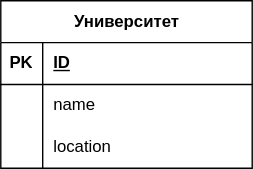
Above: DataScience/lab1/bd.drawio.svg in yargames1/ITMO (draw.io), before the change. Source tidied: cells renumbered, new cells last; positions are measured from the earlier drawing's top-left corner, leaving out a move shared by most shapes.
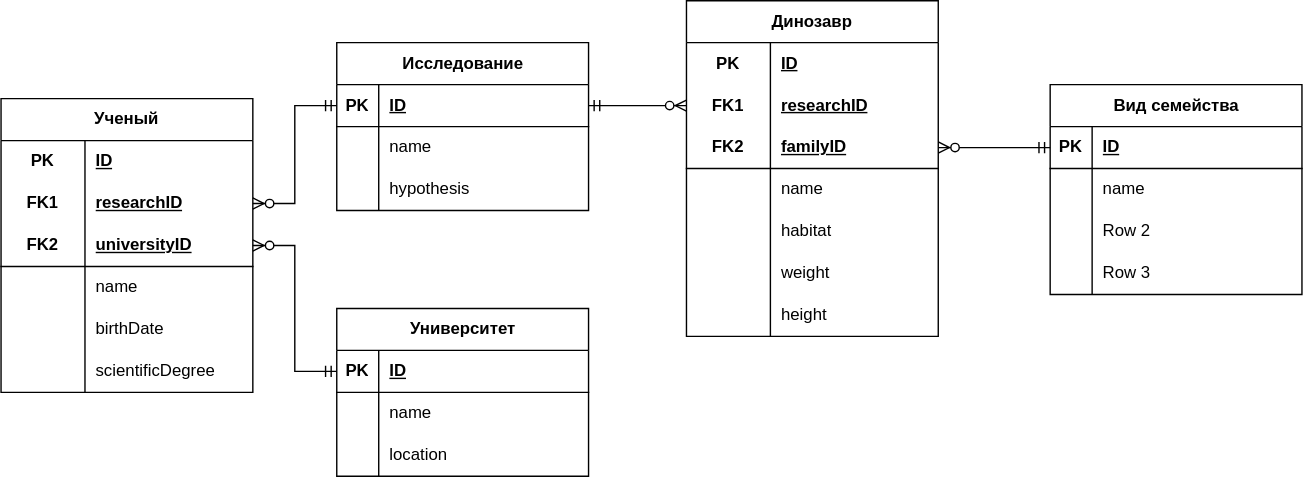
Later version of the same file.

The edit, as a diff of the source:
```diff
@@ -32,5 +32,218 @@
     <mxCell id="11" value="location" style="shape=partialRectangle;fillColor=none;top=0;left=0;bottom=0;right=0;align=left;spacingLeft=6;overflow=hidden;whiteSpace=wrap;html=1;" parent="9" vertex="1">
       <mxGeometry x="30" width="150" height="30" as="geometry" />
     </mxCell>
+    <mxCell id="12" value="&lt;span style=&quot;text-wrap-mode: nowrap;&quot;&gt;Ученый&lt;/span&gt;" style="shape=table;startSize=30;rowLines=0;fontStyle=1;align=center;html=1;whiteSpace=wrap;" parent="1" vertex="1">
+      <mxGeometry x="-240" y="-150" width="180" height="210" as="geometry" />
+    </mxCell>
+    <mxCell id="13" style="shape=tableRow;horizontal=0;startSize=0;swimlaneHead=0;swimlaneBody=0;fillColor=none;top=0;left=0;right=0;bottom=0;html=1;" parent="12" vertex="1">
+      <mxGeometry y="30" width="180" height="30" as="geometry" />
+    </mxCell>
+    <mxCell id="14" value="PK" style="shape=partialRectangle;fillColor=none;top=0;left=0;bottom=0;right=0;fontStyle=1;overflow=hidden;html=1;whiteSpace=wrap;" parent="13" vertex="1">
+      <mxGeometry width="60" height="30" as="geometry" />
+    </mxCell>
+    <mxCell id="15" value="ID" style="shape=partialRectangle;fillColor=none;top=0;left=0;bottom=0;right=0;align=left;spacingLeft=6;fontStyle=5;overflow=hidden;html=1;whiteSpace=wrap;" parent="13" vertex="1">
+      <mxGeometry x="60" width="120" height="30" as="geometry" />
+    </mxCell>
+    <mxCell id="16" style="shape=tableRow;horizontal=0;startSize=0;swimlaneHead=0;swimlaneBody=0;fillColor=none;points=[[0,0.5],[1,0.5]];portConstraint=eastwest;top=0;left=0;right=0;bottom=0;html=1;" parent="12" vertex="1">
+      <mxGeometry y="60" width="180" height="30" as="geometry" />
+    </mxCell>
+    <mxCell id="17" value="FK1" style="shape=partialRectangle;fillColor=none;top=0;left=0;bottom=0;right=0;fontStyle=1;overflow=hidden;html=1;whiteSpace=wrap;" parent="16" vertex="1">
+      <mxGeometry width="60" height="30" as="geometry" />
+    </mxCell>
+    <mxCell id="18" value="researchID" style="shape=partialRectangle;fillColor=none;top=0;left=0;bottom=0;right=0;align=left;spacingLeft=6;fontStyle=5;overflow=hidden;html=1;whiteSpace=wrap;" parent="16" vertex="1">
+      <mxGeometry x="60" width="120" height="30" as="geometry" />
+    </mxCell>
+    <mxCell id="19" style="shape=tableRow;horizontal=0;startSize=0;swimlaneHead=0;swimlaneBody=0;fillColor=none;points=[[0,0.5],[1,0.5]];portConstraint=eastwest;top=0;left=0;right=0;bottom=1;html=1;" parent="12" vertex="1">
+      <mxGeometry y="90" width="180" height="30" as="geometry" />
+    </mxCell>
+    <mxCell id="20" value="FK2" style="shape=partialRectangle;fillColor=none;top=0;left=0;bottom=0;right=0;fontStyle=1;overflow=hidden;html=1;whiteSpace=wrap;" parent="19" vertex="1">
+      <mxGeometry width="60" height="30" as="geometry" />
+    </mxCell>
+    <mxCell id="21" value="universityID" style="shape=partialRectangle;fillColor=none;top=0;left=0;bottom=0;right=0;align=left;spacingLeft=6;fontStyle=5;overflow=hidden;html=1;whiteSpace=wrap;" parent="19" vertex="1">
+      <mxGeometry x="60" width="120" height="30" as="geometry" />
+    </mxCell>
+    <mxCell id="22" style="shape=tableRow;horizontal=0;startSize=0;swimlaneHead=0;swimlaneBody=0;fillColor=none;top=0;left=0;right=0;bottom=0;html=1;" parent="12" vertex="1">
+      <mxGeometry y="120" width="180" height="30" as="geometry" />
+    </mxCell>
+    <mxCell id="23" style="shape=partialRectangle;fillColor=none;top=0;left=0;bottom=0;right=0;overflow=hidden;html=1;whiteSpace=wrap;" parent="22" vertex="1">
+      <mxGeometry width="60" height="30" as="geometry" />
+    </mxCell>
+    <mxCell id="24" value="name" style="shape=partialRectangle;fillColor=none;top=0;left=0;bottom=0;right=0;align=left;spacingLeft=6;overflow=hidden;html=1;whiteSpace=wrap;" parent="22" vertex="1">
+      <mxGeometry x="60" width="120" height="30" as="geometry" />
+    </mxCell>
+    <mxCell id="25" style="shape=tableRow;horizontal=0;startSize=0;swimlaneHead=0;swimlaneBody=0;fillColor=none;top=0;left=0;right=0;bottom=0;html=1;" parent="12" vertex="1">
+      <mxGeometry y="150" width="180" height="30" as="geometry" />
+    </mxCell>
+    <mxCell id="26" style="shape=partialRectangle;fillColor=none;top=0;left=0;bottom=0;right=0;overflow=hidden;html=1;whiteSpace=wrap;" parent="25" vertex="1">
+      <mxGeometry width="60" height="30" as="geometry" />
+    </mxCell>
+    <mxCell id="27" value="birthDate" style="shape=partialRectangle;fillColor=none;top=0;left=0;bottom=0;right=0;align=left;spacingLeft=6;overflow=hidden;html=1;whiteSpace=wrap;" parent="25" vertex="1">
+      <mxGeometry x="60" width="120" height="30" as="geometry" />
+    </mxCell>
+    <mxCell id="28" style="shape=tableRow;horizontal=0;startSize=0;swimlaneHead=0;swimlaneBody=0;fillColor=none;top=0;left=0;right=0;bottom=0;html=1;" parent="12" vertex="1">
+      <mxGeometry y="180" width="180" height="30" as="geometry" />
+    </mxCell>
+    <mxCell id="29" style="shape=partialRectangle;fillColor=none;top=0;left=0;bottom=0;right=0;overflow=hidden;html=1;whiteSpace=wrap;" parent="28" vertex="1">
+      <mxGeometry width="60" height="30" as="geometry" />
+    </mxCell>
+    <mxCell id="30" value="scientificDegree" style="shape=partialRectangle;fillColor=none;top=0;left=0;bottom=0;right=0;align=left;spacingLeft=6;overflow=hidden;html=1;whiteSpace=wrap;" parent="28" vertex="1">
+      <mxGeometry x="60" width="120" height="30" as="geometry" />
+    </mxCell>
+    <mxCell id="31" style="edgeStyle=entityRelationEdgeStyle;fontSize=12;html=1;endArrow=ERzeroToMany;startArrow=ERmandOne;rounded=0;entryX=1;entryY=0.5;entryDx=0;entryDy=0;exitX=0;exitY=0.5;exitDx=0;exitDy=0;" parent="1" edge="1" source="3" target="19">
+      <mxGeometry relative="1" as="geometry">
+        <Array as="points">
+          <mxPoint x="10" />
+        </Array>
+      </mxGeometry>
+    </mxCell>
+    <mxCell id="32" value="&lt;span style=&quot;text-wrap-mode: wrap;&quot;&gt;Исследование&lt;/span&gt;" style="shape=table;startSize=30;rowLines=0;fontStyle=1;align=center;html=1;" parent="1" vertex="1">
+      <mxGeometry y="-190" width="180" height="120" as="geometry" />
+    </mxCell>
+    <mxCell id="33" style="shape=tableRow;horizontal=0;startSize=0;swimlaneHead=0;swimlaneBody=0;fillColor=none;points=[[0,0.5],[1,0.5]];portConstraint=eastwest;top=0;left=0;right=0;bottom=1;" parent="32" vertex="1">
+      <mxGeometry y="30" width="180" height="30" as="geometry" />
+    </mxCell>
+    <mxCell id="34" value="PK" style="shape=partialRectangle;fillColor=none;top=0;left=0;bottom=0;right=0;fontStyle=1;overflow=hidden;whiteSpace=wrap;html=1;" parent="33" vertex="1">
+      <mxGeometry width="30" height="30" as="geometry" />
+    </mxCell>
+    <mxCell id="35" value="ID" style="shape=partialRectangle;fillColor=none;top=0;left=0;bottom=0;right=0;align=left;spacingLeft=6;fontStyle=5;overflow=hidden;whiteSpace=wrap;html=1;" parent="33" vertex="1">
+      <mxGeometry x="30" width="150" height="30" as="geometry" />
+    </mxCell>
+    <mxCell id="36" style="shape=tableRow;horizontal=0;startSize=0;swimlaneHead=0;swimlaneBody=0;fillColor=none;top=0;left=0;right=0;bottom=0;" parent="32" vertex="1">
+      <mxGeometry y="60" width="180" height="30" as="geometry" />
+    </mxCell>
+    <mxCell id="37" style="shape=partialRectangle;fillColor=none;top=0;left=0;bottom=0;right=0;overflow=hidden;whiteSpace=wrap;html=1;" parent="36" vertex="1">
+      <mxGeometry width="30" height="30" as="geometry" />
+    </mxCell>
+    <mxCell id="38" value="name" style="shape=partialRectangle;fillColor=none;top=0;left=0;bottom=0;right=0;align=left;spacingLeft=6;overflow=hidden;whiteSpace=wrap;html=1;" parent="36" vertex="1">
+      <mxGeometry x="30" width="150" height="30" as="geometry" />
+    </mxCell>
+    <mxCell id="39" style="shape=tableRow;horizontal=0;startSize=0;swimlaneHead=0;swimlaneBody=0;fillColor=none;top=0;left=0;right=0;bottom=0;" parent="32" vertex="1">
+      <mxGeometry y="90" width="180" height="30" as="geometry" />
+    </mxCell>
+    <mxCell id="40" style="shape=partialRectangle;fillColor=none;top=0;left=0;bottom=0;right=0;overflow=hidden;whiteSpace=wrap;html=1;" parent="39" vertex="1">
+      <mxGeometry width="30" height="30" as="geometry" />
+    </mxCell>
+    <mxCell id="41" value="hypothesis" style="shape=partialRectangle;fillColor=none;top=0;left=0;bottom=0;right=0;align=left;spacingLeft=6;overflow=hidden;whiteSpace=wrap;html=1;" parent="39" vertex="1">
+      <mxGeometry x="30" width="150" height="30" as="geometry" />
+    </mxCell>
+    <mxCell id="42" style="edgeStyle=entityRelationEdgeStyle;fontSize=12;html=1;endArrow=ERzeroToMany;startArrow=ERmandOne;rounded=0;exitX=0;exitY=0.5;exitDx=0;exitDy=0;entryX=1;entryY=0.5;entryDx=0;entryDy=0;" parent="1" edge="1" source="33" target="16">
+      <mxGeometry relative="1" as="geometry" />
+    </mxCell>
+    <mxCell id="43" value="Динозавр" style="shape=table;startSize=30;rowLines=0;fontStyle=1;align=center;html=1;whiteSpace=wrap;" parent="1" vertex="1">
+      <mxGeometry x="250" y="-220" width="180" height="240" as="geometry" />
+    </mxCell>
+    <mxCell id="44" style="shape=tableRow;horizontal=0;startSize=0;swimlaneHead=0;swimlaneBody=0;fillColor=none;top=0;left=0;right=0;bottom=0;html=1;" parent="43" vertex="1">
+      <mxGeometry y="30" width="180" height="30" as="geometry" />
+    </mxCell>
+    <mxCell id="45" value="PK" style="shape=partialRectangle;fillColor=none;top=0;left=0;bottom=0;right=0;fontStyle=1;overflow=hidden;html=1;whiteSpace=wrap;" parent="44" vertex="1">
+      <mxGeometry width="60" height="30" as="geometry" />
+    </mxCell>
+    <mxCell id="46" value="ID" style="shape=partialRectangle;fillColor=none;top=0;left=0;bottom=0;right=0;align=left;spacingLeft=6;fontStyle=5;overflow=hidden;html=1;whiteSpace=wrap;" parent="44" vertex="1">
+      <mxGeometry x="60" width="120" height="30" as="geometry" />
+    </mxCell>
+    <mxCell id="47" style="shape=tableRow;horizontal=0;startSize=0;swimlaneHead=0;swimlaneBody=0;fillColor=none;points=[[0,0.5],[1,0.5]];portConstraint=eastwest;top=0;left=0;right=0;bottom=0;html=1;" parent="43" vertex="1">
+      <mxGeometry y="60" width="180" height="30" as="geometry" />
+    </mxCell>
+    <mxCell id="48" value="FK1" style="shape=partialRectangle;fillColor=none;top=0;left=0;bottom=0;right=0;fontStyle=1;overflow=hidden;html=1;whiteSpace=wrap;" parent="47" vertex="1">
+      <mxGeometry width="60" height="30" as="geometry" />
+    </mxCell>
+    <mxCell id="49" value="researchID" style="shape=partialRectangle;fillColor=none;top=0;left=0;bottom=0;right=0;align=left;spacingLeft=6;fontStyle=5;overflow=hidden;html=1;whiteSpace=wrap;" parent="47" vertex="1">
+      <mxGeometry x="60" width="120" height="30" as="geometry" />
+    </mxCell>
+    <mxCell id="50" style="shape=tableRow;horizontal=0;startSize=0;swimlaneHead=0;swimlaneBody=0;fillColor=none;points=[[0,0.5],[1,0.5]];portConstraint=eastwest;top=0;left=0;right=0;bottom=1;html=1;" parent="43" vertex="1">
+      <mxGeometry y="90" width="180" height="30" as="geometry" />
+    </mxCell>
+    <mxCell id="51" value="FK2" style="shape=partialRectangle;fillColor=none;top=0;left=0;bottom=0;right=0;fontStyle=1;overflow=hidden;html=1;whiteSpace=wrap;" parent="50" vertex="1">
+      <mxGeometry width="60" height="30" as="geometry" />
+    </mxCell>
+    <mxCell id="52" value="familyID" style="shape=partialRectangle;fillColor=none;top=0;left=0;bottom=0;right=0;align=left;spacingLeft=6;fontStyle=5;overflow=hidden;html=1;whiteSpace=wrap;" parent="50" vertex="1">
+      <mxGeometry x="60" width="120" height="30" as="geometry" />
+    </mxCell>
+    <mxCell id="53" style="shape=tableRow;horizontal=0;startSize=0;swimlaneHead=0;swimlaneBody=0;fillColor=none;top=0;left=0;right=0;bottom=0;html=1;" parent="43" vertex="1">
+      <mxGeometry y="120" width="180" height="30" as="geometry" />
+    </mxCell>
+    <mxCell id="54" style="shape=partialRectangle;fillColor=none;top=0;left=0;bottom=0;right=0;overflow=hidden;html=1;whiteSpace=wrap;" parent="53" vertex="1">
+      <mxGeometry width="60" height="30" as="geometry" />
+    </mxCell>
+    <mxCell id="55" value="name" style="shape=partialRectangle;fillColor=none;top=0;left=0;bottom=0;right=0;align=left;spacingLeft=6;overflow=hidden;html=1;whiteSpace=wrap;" parent="53" vertex="1">
+      <mxGeometry x="60" width="120" height="30" as="geometry" />
+    </mxCell>
+    <mxCell id="56" style="shape=tableRow;horizontal=0;startSize=0;swimlaneHead=0;swimlaneBody=0;fillColor=none;top=0;left=0;right=0;bottom=0;html=1;" parent="43" vertex="1">
+      <mxGeometry y="150" width="180" height="30" as="geometry" />
+    </mxCell>
+    <mxCell id="57" style="shape=partialRectangle;fillColor=none;top=0;left=0;bottom=0;right=0;overflow=hidden;html=1;whiteSpace=wrap;" parent="56" vertex="1">
+      <mxGeometry width="60" height="30" as="geometry" />
+    </mxCell>
+    <mxCell id="58" value="habitat" style="shape=partialRectangle;fillColor=none;top=0;left=0;bottom=0;right=0;align=left;spacingLeft=6;overflow=hidden;html=1;whiteSpace=wrap;" parent="56" vertex="1">
+      <mxGeometry x="60" width="120" height="30" as="geometry" />
+    </mxCell>
+    <mxCell id="59" style="shape=tableRow;horizontal=0;startSize=0;swimlaneHead=0;swimlaneBody=0;fillColor=none;top=0;left=0;right=0;bottom=0;html=1;" parent="43" vertex="1">
+      <mxGeometry y="180" width="180" height="30" as="geometry" />
+    </mxCell>
+    <mxCell id="60" style="shape=partialRectangle;fillColor=none;top=0;left=0;bottom=0;right=0;overflow=hidden;html=1;whiteSpace=wrap;" parent="59" vertex="1">
+      <mxGeometry width="60" height="30" as="geometry" />
+    </mxCell>
+    <mxCell id="61" value="weight" style="shape=partialRectangle;fillColor=none;top=0;left=0;bottom=0;right=0;align=left;spacingLeft=6;overflow=hidden;html=1;whiteSpace=wrap;" parent="59" vertex="1">
+      <mxGeometry x="60" width="120" height="30" as="geometry" />
+    </mxCell>
+    <mxCell id="62" style="shape=tableRow;horizontal=0;startSize=0;swimlaneHead=0;swimlaneBody=0;fillColor=none;top=0;left=0;right=0;bottom=0;html=1;" parent="43" vertex="1">
+      <mxGeometry y="210" width="180" height="30" as="geometry" />
+    </mxCell>
+    <mxCell id="63" style="shape=partialRectangle;fillColor=none;top=0;left=0;bottom=0;right=0;overflow=hidden;html=1;whiteSpace=wrap;" parent="62" vertex="1">
+      <mxGeometry width="60" height="30" as="geometry" />
+    </mxCell>
+    <mxCell id="64" value="height" style="shape=partialRectangle;fillColor=none;top=0;left=0;bottom=0;right=0;align=left;spacingLeft=6;overflow=hidden;html=1;whiteSpace=wrap;" parent="62" vertex="1">
+      <mxGeometry x="60" width="120" height="30" as="geometry" />
+    </mxCell>
+    <mxCell id="65" value="Вид семейства" style="shape=table;startSize=30;rowLines=0;fontStyle=1;align=center;html=1;" parent="1" vertex="1">
+      <mxGeometry x="510" y="-160" width="180" height="150" as="geometry" />
+    </mxCell>
+    <mxCell id="66" style="shape=tableRow;horizontal=0;startSize=0;swimlaneHead=0;swimlaneBody=0;fillColor=none;points=[[0,0.5],[1,0.5]];portConstraint=eastwest;top=0;left=0;right=0;bottom=1;" parent="65" vertex="1">
+      <mxGeometry y="30" width="180" height="30" as="geometry" />
+    </mxCell>
+    <mxCell id="67" value="PK" style="shape=partialRectangle;fillColor=none;top=0;left=0;bottom=0;right=0;fontStyle=1;overflow=hidden;whiteSpace=wrap;html=1;" parent="66" vertex="1">
+      <mxGeometry width="30" height="30" as="geometry" />
+    </mxCell>
+    <mxCell id="68" value="ID" style="shape=partialRectangle;fillColor=none;top=0;left=0;bottom=0;right=0;align=left;spacingLeft=6;fontStyle=5;overflow=hidden;whiteSpace=wrap;html=1;" parent="66" vertex="1">
+      <mxGeometry x="30" width="150" height="30" as="geometry" />
+    </mxCell>
+    <mxCell id="69" style="shape=tableRow;horizontal=0;startSize=0;swimlaneHead=0;swimlaneBody=0;fillColor=none;top=0;left=0;right=0;bottom=0;" parent="65" vertex="1">
+      <mxGeometry y="60" width="180" height="30" as="geometry" />
+    </mxCell>
+    <mxCell id="70" style="shape=partialRectangle;fillColor=none;top=0;left=0;bottom=0;right=0;overflow=hidden;whiteSpace=wrap;html=1;" parent="69" vertex="1">
+      <mxGeometry width="30" height="30" as="geometry" />
+    </mxCell>
+    <mxCell id="71" value="name" style="shape=partialRectangle;fillColor=none;top=0;left=0;bottom=0;right=0;align=left;spacingLeft=6;overflow=hidden;whiteSpace=wrap;html=1;" parent="69" vertex="1">
+      <mxGeometry x="30" width="150" height="30" as="geometry" />
+    </mxCell>
+    <mxCell id="72" style="shape=tableRow;horizontal=0;startSize=0;swimlaneHead=0;swimlaneBody=0;fillColor=none;top=0;left=0;right=0;bottom=0;" parent="65" vertex="1">
+      <mxGeometry y="90" width="180" height="30" as="geometry" />
+    </mxCell>
+    <mxCell id="73" style="shape=partialRectangle;fillColor=none;top=0;left=0;bottom=0;right=0;overflow=hidden;whiteSpace=wrap;html=1;" parent="72" vertex="1">
+      <mxGeometry width="30" height="30" as="geometry" />
+    </mxCell>
+    <mxCell id="74" value="Row 2" style="shape=partialRectangle;fillColor=none;top=0;left=0;bottom=0;right=0;align=left;spacingLeft=6;overflow=hidden;whiteSpace=wrap;html=1;" parent="72" vertex="1">
+      <mxGeometry x="30" width="150" height="30" as="geometry" />
+    </mxCell>
+    <mxCell id="75" style="shape=tableRow;horizontal=0;startSize=0;swimlaneHead=0;swimlaneBody=0;fillColor=none;top=0;left=0;right=0;bottom=0;" parent="65" vertex="1">
+      <mxGeometry y="120" width="180" height="30" as="geometry" />
+    </mxCell>
+    <mxCell id="76" style="shape=partialRectangle;fillColor=none;top=0;left=0;bottom=0;right=0;overflow=hidden;whiteSpace=wrap;html=1;" parent="75" vertex="1">
+      <mxGeometry width="30" height="30" as="geometry" />
+    </mxCell>
+    <mxCell id="77" value="Row 3" style="shape=partialRectangle;fillColor=none;top=0;left=0;bottom=0;right=0;align=left;spacingLeft=6;overflow=hidden;whiteSpace=wrap;html=1;" parent="75" vertex="1">
+      <mxGeometry x="30" width="150" height="30" as="geometry" />
+    </mxCell>
+    <mxCell id="78" style="edgeStyle=entityRelationEdgeStyle;fontSize=12;html=1;endArrow=ERzeroToMany;startArrow=ERmandOne;rounded=0;exitX=1;exitY=0.5;exitDx=0;exitDy=0;entryX=0;entryY=0.5;entryDx=0;entryDy=0;" parent="1" edge="1" source="33" target="47">
+      <mxGeometry relative="1" as="geometry" />
+    </mxCell>
+    <mxCell id="79" style="edgeStyle=entityRelationEdgeStyle;fontSize=12;html=1;endArrow=ERzeroToMany;startArrow=ERmandOne;rounded=0;entryX=1;entryY=0.5;entryDx=0;entryDy=0;exitX=0;exitY=0.5;exitDx=0;exitDy=0;" parent="1" edge="1" source="66" target="50">
+      <mxGeometry relative="1" as="geometry">
+        <Array as="points">
+          <mxPoint x="140" y="240" />
+          <mxPoint x="350" y="-70" />
+        </Array>
+      </mxGeometry>
+    </mxCell>
   </root>
 </mxGraphModel>
```
